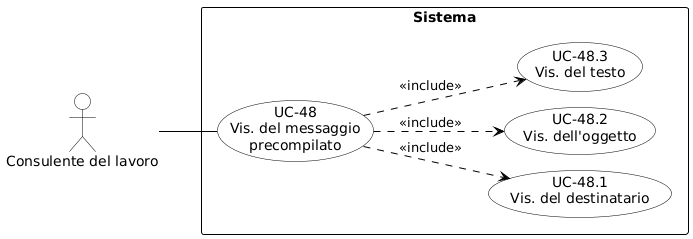
Before: RTB/Analisi dei Requisiti/diagrammi_use_case/UC-48.png, a diagram exported from PlantUML (aLittleByte-19/Documentazione).
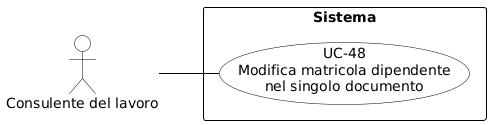
After the change.

The edit, as a diff of the source:
```diff
@@ -2,8 +2,6 @@
 skinparam shadowing false
 skinparam defaultFontName Arial
 left to right direction
-skinparam nodesep 15
-skinparam ranksep 50
 
 skinparam usecase {
     BackgroundColor white
@@ -19,18 +17,11 @@
     FontStyle bold
 }
 
-actor "Consulente del lavoro" as CL
+actor "Consulente del lavoro" as cdl
 
 rectangle "Sistema" {
-    usecase "UC-48\nVis. del messaggio\nprecompilato" as UC48
-    usecase "UC-48.1\nVis. del destinatario" as UC48_1
-    usecase "UC-48.2\nVis. dell'oggetto" as UC48_2
-    usecase "UC-48.3\nVis. del testo" as UC48_3
-
-    UC48 ..> UC48_1 : <<include>>
-    UC48 ..> UC48_2 : <<include>>
-    UC48 ..> UC48_3 : <<include>>
+    usecase "UC-48\nModifica matricola dipendente\nnel singolo documento" as UC48
 }
 
-CL -- UC48
+cdl -- UC48
 @enduml
```
